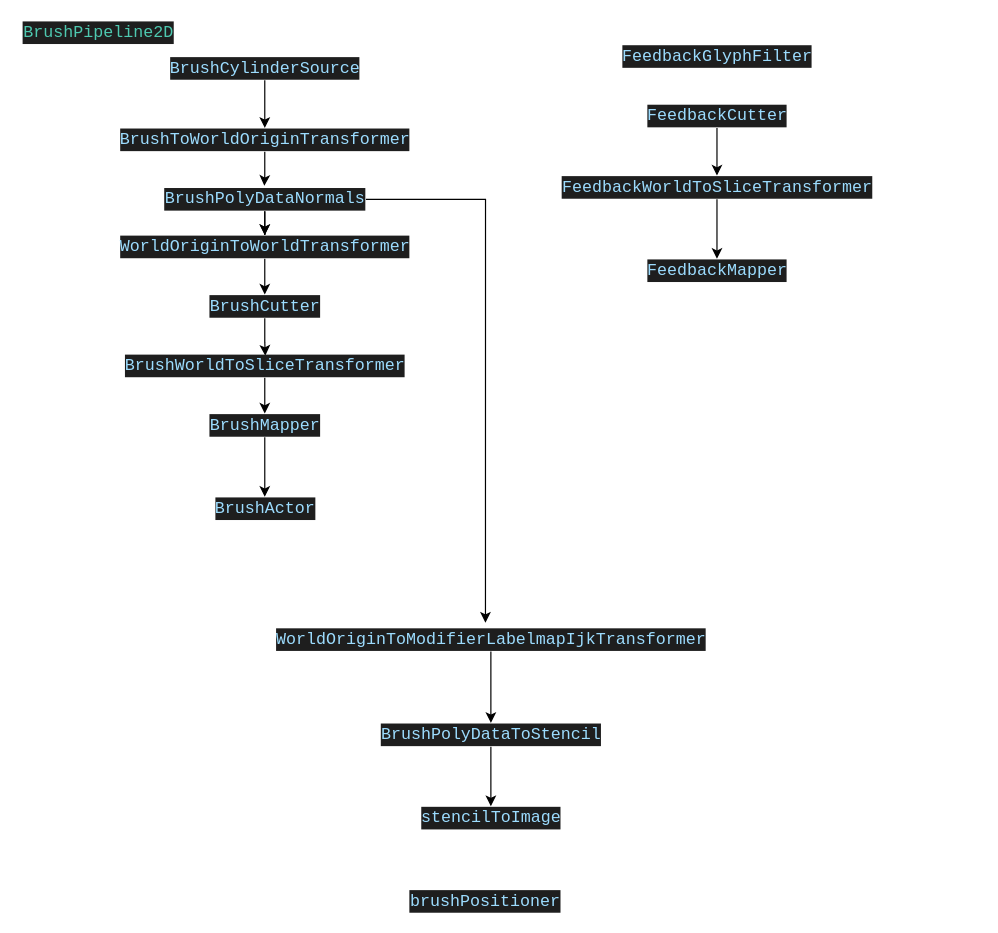
Earlier version of the draw.io diagram page "BrushPipeline2D" (2 of 3) of dataFlowChart/Untitled Diagram.drawio (bxdgit/drawio-example). Source tidied: cells renumbered, new cells numbered last; positions are measured from the earlier drawing's top-left corner, leaving out a move shared by most shapes. Both pictures are drawn from the tidied source at 119%, with x=0, y=0 at pixel (20, 20).
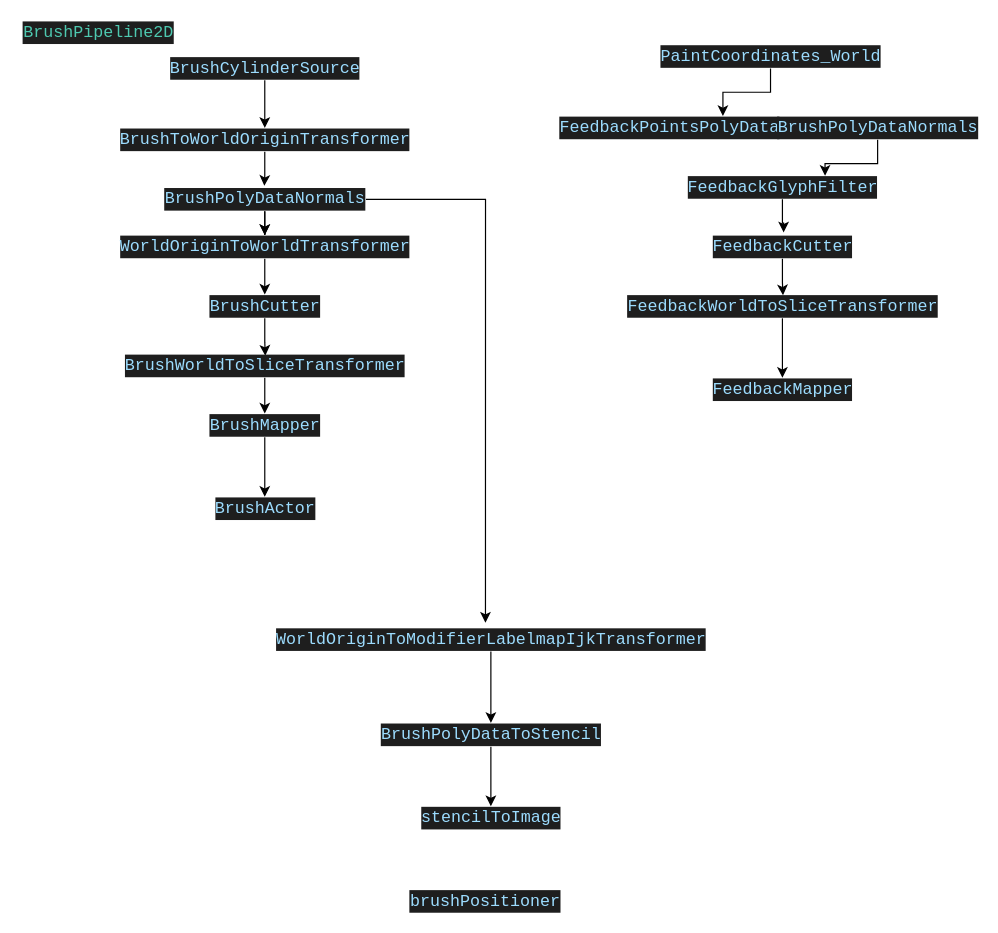
The same page after the edit.

Change to the diagram source:
```diff
@@
-    <mxCell id="9" style="edgeStyle=orthogonalEdgeStyle;rounded=0;jettySize=auto;html=1;entryX=0.5;entryY=0;entryDx=0;entryDy=0;entryPerimeter=0;" parent="1" edge="1" source="10" target="12">
+    <mxCell id="9" style="edgeStyle=orthogonalEdgeStyle;rounded=0;jettySize=auto;html=1;entryX=0.502;entryY=0.03;entryDx=0;entryDy=0;entryPerimeter=0;" parent="1" edge="1" source="10" target="12">
       <mxGeometry relative="1" as="geometry" />
     </mxCell>
     <mxCell id="10" value="&lt;div style=&quot;color: rgb(212 , 212 , 212) ; background-color: rgb(30 , 30 , 30) ; font-family: &amp;#34;consolas&amp;#34; , &amp;#34;courier new&amp;#34; , monospace ; font-size: 14px ; line-height: 19px&quot;&gt;&lt;span style=&quot;color: #9cdcfe&quot;&gt;FeedbackCutter&lt;/span&gt;&lt;/div&gt;" style="text;html=1;align=center;verticalAlign=middle;points=[];strokeColor=none;fillColor=none;" parent="1" vertex="1">
-      <mxGeometry x="525" y="70" width="120" height="20" as="geometry" />
+      <mxGeometry x="580" y="180" width="120" height="20" as="geometry" />
     </mxCell>
-    <mxCell id="11" style="edgeStyle=orthogonalEdgeStyle;rounded=0;jettySize=auto;html=1;" parent="1" edge="1" source="12" target="13">
-      <mxGeometry relative="1" as="geometry" />
-    </mxCell>
-    <mxCell id="12" value="&lt;div style=&quot;color: rgb(212 , 212 , 212) ; background-color: rgb(30 , 30 , 30) ; font-family: &amp;#34;consolas&amp;#34; , &amp;#34;courier new&amp;#34; , monospace ; font-size: 14px ; line-height: 19px&quot;&gt;&lt;span style=&quot;color: #9cdcfe&quot;&gt;FeedbackWorldToSliceTransformer&lt;/span&gt;&lt;/div&gt;" style="text;html=1;align=center;verticalAlign=middle;points=[];strokeColor=none;fillColor=none;" parent="1" vertex="1">
-      <mxGeometry x="460" y="130" width="250" height="20" as="geometry" />
-    </mxCell>
-    <mxCell id="13" value="&lt;div style=&quot;color: rgb(212 , 212 , 212) ; background-color: rgb(30 , 30 , 30) ; font-family: &amp;#34;consolas&amp;#34; , &amp;#34;courier new&amp;#34; , monospace ; font-size: 14px ; line-height: 19px&quot;&gt;&lt;span style=&quot;color: #9cdcfe&quot;&gt;FeedbackMapper&lt;/span&gt;&lt;/div&gt;" style="text;html=1;align=center;verticalAlign=middle;points=[];strokeColor=none;fillColor=none;" parent="1" vertex="1">
-      <mxGeometry x="525" y="200" width="120" height="20" as="geometry" />
-    </mxCell>
@@
+    <mxCell id="32" style="edgeStyle=orthogonalEdgeStyle;rounded=0;jettySize=auto;html=1;entryX=0.508;entryY=-0.11;entryDx=0;entryDy=0;entryPerimeter=0;" parent="1" edge="1" source="17" target="10">
+      <mxGeometry relative="1" as="geometry" />
+    </mxCell>
     <mxCell id="17" value="&lt;div style=&quot;color: rgb(212 , 212 , 212) ; background-color: rgb(30 , 30 , 30) ; font-family: &amp;#34;consolas&amp;#34; , &amp;#34;courier new&amp;#34; , monospace ; font-size: 14px ; line-height: 19px&quot;&gt;&lt;span style=&quot;color: #9cdcfe&quot;&gt;FeedbackGlyphFilter&lt;/span&gt;&lt;/div&gt;" style="text;html=1;align=center;verticalAlign=middle;points=[];strokeColor=none;fillColor=none;" parent="1" vertex="1">
-      <mxGeometry x="505" y="20" width="160" height="20" as="geometry" />
+      <mxGeometry x="560" y="130" width="160" height="20" as="geometry" />
     </mxCell>
@@
+    <mxCell id="13" value="&lt;div style=&quot;color: rgb(212 , 212 , 212) ; background-color: rgb(30 , 30 , 30) ; font-family: &amp;#34;consolas&amp;#34; , &amp;#34;courier new&amp;#34; , monospace ; font-size: 14px ; line-height: 19px&quot;&gt;&lt;span style=&quot;color: #9cdcfe&quot;&gt;FeedbackMapper&lt;/span&gt;&lt;/div&gt;" style="text;html=1;align=center;verticalAlign=middle;points=[];strokeColor=none;fillColor=none;" parent="1" vertex="1">
+      <mxGeometry x="580" y="300" width="120" height="20" as="geometry" />
+    </mxCell>
+    <mxCell id="11" style="edgeStyle=orthogonalEdgeStyle;rounded=0;jettySize=auto;html=1;" parent="1" edge="1" source="12" target="13">
+      <mxGeometry relative="1" as="geometry" />
+    </mxCell>
+    <mxCell id="12" value="&lt;div style=&quot;color: rgb(212 , 212 , 212) ; background-color: rgb(30 , 30 , 30) ; font-family: &amp;#34;consolas&amp;#34; , &amp;#34;courier new&amp;#34; , monospace ; font-size: 14px ; line-height: 19px&quot;&gt;&lt;span style=&quot;color: #9cdcfe&quot;&gt;FeedbackWorldToSliceTransformer&lt;/span&gt;&lt;/div&gt;" style="text;html=1;align=center;verticalAlign=middle;points=[];strokeColor=none;fillColor=none;" parent="1" vertex="1">
+      <mxGeometry x="515" y="230" width="250" height="20" as="geometry" />
+    </mxCell>
+    <mxCell id="33" value="&lt;div style=&quot;color: rgb(212 , 212 , 212) ; background-color: rgb(30 , 30 , 30) ; font-family: &amp;#34;consolas&amp;#34; , &amp;#34;courier new&amp;#34; , monospace ; font-size: 14px ; line-height: 19px&quot;&gt;&lt;span style=&quot;color: #9cdcfe&quot;&gt;FeedbackPointsPolyData&lt;/span&gt;&lt;/div&gt;" style="text;html=1;align=center;verticalAlign=middle;points=[];strokeColor=none;fillColor=none;" parent="1" vertex="1">
+      <mxGeometry x="455" y="80" width="180" height="20" as="geometry" />
+    </mxCell>
+    <mxCell id="34" style="edgeStyle=orthogonalEdgeStyle;rounded=0;jettySize=auto;html=1;entryX=0.75;entryY=0;entryDx=0;entryDy=0;entryPerimeter=0;" parent="1" edge="1" source="35" target="33">
+      <mxGeometry relative="1" as="geometry" />
+    </mxCell>
+    <mxCell id="35" value="&lt;div style=&quot;color: rgb(212 , 212 , 212) ; background-color: rgb(30 , 30 , 30) ; font-family: &amp;#34;consolas&amp;#34; , &amp;#34;courier new&amp;#34; , monospace ; font-size: 14px ; line-height: 19px&quot;&gt;&lt;span style=&quot;color: #9cdcfe&quot;&gt;PaintCoordinates_World&lt;/span&gt;&lt;/div&gt;" style="text;html=1;align=center;verticalAlign=middle;points=[];strokeColor=none;fillColor=none;" parent="1" vertex="1">
+      <mxGeometry x="540" y="20" width="180" height="20" as="geometry" />
+    </mxCell>
+    <mxCell id="36" style="edgeStyle=orthogonalEdgeStyle;rounded=0;jettySize=auto;html=1;entryX=0.724;entryY=0.01;entryDx=0;entryDy=0;entryPerimeter=0;" parent="1" edge="1" source="37" target="17">
+      <mxGeometry relative="1" as="geometry" />
+    </mxCell>
+    <mxCell id="37" value="&lt;div style=&quot;color: rgb(212 , 212 , 212) ; background-color: rgb(30 , 30 , 30) ; font-family: &amp;#34;consolas&amp;#34; , &amp;#34;courier new&amp;#34; , monospace ; font-size: 14px ; line-height: 19px&quot;&gt;&lt;span style=&quot;color: #9cdcfe&quot;&gt;BrushPolyDataNormals&lt;/span&gt;&lt;/div&gt;" style="text;html=1;align=center;verticalAlign=middle;points=[];strokeColor=none;fillColor=none;" parent="1" vertex="1">
+      <mxGeometry x="635" y="80" width="170" height="20" as="geometry" />
+    </mxCell>
```
